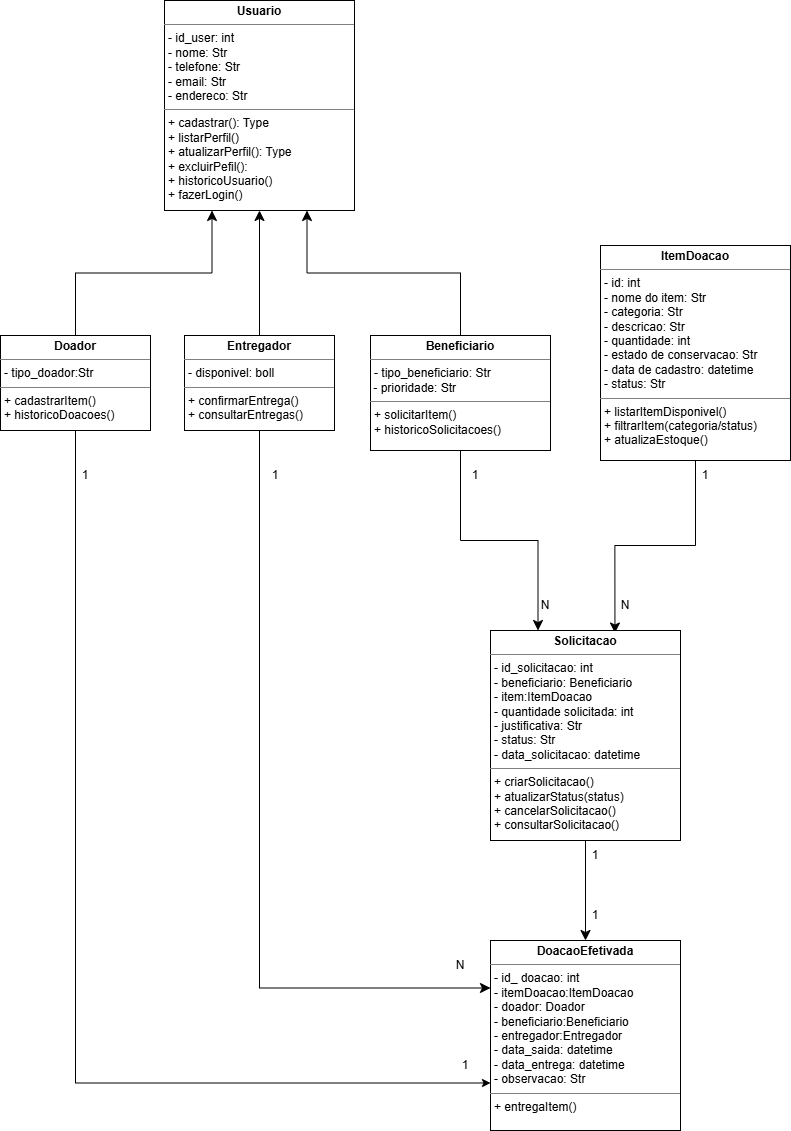
Above: docs/Diagrama de classes_java.drawio.png in ViniciusAlmeidaAndrade/Rede-de-Doacao-e-Reaproveitamento (draw.io), before the change. Source tidied: cells renumbered, new cells last; positions are measured from the earlier drawing's top-left corner, leaving out a move shared by most shapes. Source of this version:
```xml
<mxGraphModel>
  <root>
    <mxCell id="0" />
    <mxCell id="1" parent="0" />
    <mxCell id="2" value="&lt;p style=&quot;margin:0px;margin-top:4px;text-align:center;&quot;&gt;&lt;b&gt;Usuario&lt;/b&gt;&lt;/p&gt;&lt;hr size=&quot;1&quot; style=&quot;border-style:solid;&quot;&gt;&lt;p style=&quot;margin:0px;margin-left:4px;&quot;&gt;- id_user: int&lt;br&gt;- nome: Str&lt;/p&gt;&lt;p style=&quot;margin:0px;margin-left:4px;&quot;&gt;- telefone: Str&lt;/p&gt;&lt;p style=&quot;margin:0px;margin-left:4px;&quot;&gt;- email: Str&lt;/p&gt;&lt;p style=&quot;margin:0px;margin-left:4px;&quot;&gt;- endereco: Str&lt;/p&gt;&lt;hr size=&quot;1&quot; style=&quot;border-style:solid;&quot;&gt;&lt;p style=&quot;margin:0px;margin-left:4px;&quot;&gt;+ cadastrar(): Type&lt;/p&gt;&lt;p style=&quot;margin:0px;margin-left:4px;&quot;&gt;+ listarPerfil()&lt;br&gt;+ atualizarPerfil(): Type&lt;/p&gt;&lt;p style=&quot;margin:0px;margin-left:4px;&quot;&gt;+ excluirPefil():&lt;/p&gt;&lt;p style=&quot;margin:0px;margin-left:4px;&quot;&gt;+ historicoUsuario()&lt;/p&gt;&lt;p style=&quot;margin:0px;margin-left:4px;&quot;&gt;+ fazerLogin()&lt;br&gt;&lt;/p&gt;" style="verticalAlign=top;align=left;overflow=fill;html=1;whiteSpace=wrap;" parent="1" vertex="1">
      <mxGeometry x="164" width="190" height="210" as="geometry" />
    </mxCell>
    <mxCell id="3" style="edgeStyle=orthogonalEdgeStyle;rounded=0;jettySize=auto;html=1;fontSize=12;startSize=8;endSize=8;exitX=0.5;exitY=1;exitDx=0;exitDy=0;entryX=0.655;entryY=0.012;entryDx=0;entryDy=0;entryPerimeter=0;" parent="1" edge="1" source="4" target="11">
      <mxGeometry relative="1" as="geometry" />
    </mxCell>
    <mxCell id="4" value="&lt;p style=&quot;margin:0px;margin-top:4px;text-align:center;&quot;&gt;&lt;b&gt;ItemDoacao&lt;/b&gt;&lt;/p&gt;&lt;hr size=&quot;1&quot; style=&quot;border-style:solid;&quot;&gt;&lt;p style=&quot;margin:0px;margin-left:4px;&quot;&gt;- id: int&lt;br&gt;- nome do item: Str&lt;/p&gt;&lt;p style=&quot;margin:0px;margin-left:4px;&quot;&gt;- categoria: Str&lt;/p&gt;&lt;p style=&quot;margin:0px;margin-left:4px;&quot;&gt;- descricao: Str&lt;/p&gt;&lt;p style=&quot;margin:0px;margin-left:4px;&quot;&gt;- quantidade: int&lt;br&gt;- estado de conservacao: Str&lt;/p&gt;&lt;p style=&quot;margin:0px;margin-left:4px;&quot;&gt;- data de cadastro: datetime&lt;/p&gt;&lt;p style=&quot;margin:0px;margin-left:4px;&quot;&gt;- status: Str&lt;/p&gt;&lt;hr size=&quot;1&quot; style=&quot;border-style:solid;&quot;&gt;&lt;p style=&quot;margin:0px;margin-left:4px;&quot;&gt;+ listarItemDisponivel()&lt;br&gt;+ filtrarItem(categoria/status)&lt;br&gt;+ atualizaEstoque()&lt;/p&gt;" style="verticalAlign=top;align=left;overflow=fill;html=1;whiteSpace=wrap;" parent="1" vertex="1">
      <mxGeometry x="600" y="245" width="190" height="215" as="geometry" />
    </mxCell>
    <mxCell id="5" style="edgeStyle=orthogonalEdgeStyle;rounded=0;jettySize=auto;html=1;fontSize=12;startSize=8;endSize=8;entryX=0.25;entryY=1;entryDx=0;entryDy=0;exitX=0.5;exitY=0;exitDx=0;exitDy=0;" parent="1" edge="1" source="7" target="2">
      <mxGeometry relative="1" as="geometry" />
    </mxCell>
    <mxCell id="6" style="edgeStyle=orthogonalEdgeStyle;rounded=0;jettySize=auto;html=1;exitX=0.5;exitY=1;exitDx=0;exitDy=0;entryX=0;entryY=0.75;entryDx=0;entryDy=0;" parent="1" edge="1" source="7" target="13">
      <mxGeometry relative="1" as="geometry" />
    </mxCell>
    <mxCell id="7" value="&lt;p style=&quot;margin:0px;margin-top:4px;text-align:center;&quot;&gt;&lt;b&gt;Doador&lt;/b&gt;&lt;/p&gt;&lt;hr size=&quot;1&quot; style=&quot;border-style:solid;&quot;&gt;&lt;p style=&quot;margin:0px;margin-left:4px;&quot;&gt;&lt;span style=&quot;background-color: transparent; color: light-dark(rgb(0, 0, 0), rgb(255, 255, 255));&quot;&gt;- tipo_doador:Str&lt;/span&gt;&lt;/p&gt;&lt;hr size=&quot;1&quot; style=&quot;border-style:solid;&quot;&gt;&lt;p style=&quot;margin:0px;margin-left:4px;&quot;&gt;+ cadastrarItem()&lt;/p&gt;&lt;p style=&quot;margin:0px;margin-left:4px;&quot;&gt;+ historicoDoacoes()&lt;/p&gt;" style="verticalAlign=top;align=left;overflow=fill;html=1;whiteSpace=wrap;rotation=0;" parent="1" vertex="1">
      <mxGeometry y="335" width="150" height="95" as="geometry" />
    </mxCell>
    <mxCell id="8" style="edgeStyle=orthogonalEdgeStyle;rounded=0;jettySize=auto;html=1;fontSize=12;startSize=8;endSize=8;entryX=0.75;entryY=1;entryDx=0;entryDy=0;exitX=0.5;exitY=0;exitDx=0;exitDy=0;" parent="1" edge="1" source="10" target="2">
      <mxGeometry relative="1" as="geometry" />
    </mxCell>
    <mxCell id="9" style="edgeStyle=orthogonalEdgeStyle;rounded=0;jettySize=auto;html=1;fontSize=12;startSize=8;endSize=8;exitX=0.5;exitY=1;exitDx=0;exitDy=0;entryX=0.25;entryY=0;entryDx=0;entryDy=0;" parent="1" edge="1" source="10" target="11">
      <mxGeometry relative="1" as="geometry" />
    </mxCell>
    <mxCell id="10" value="&lt;p style=&quot;margin:0px;margin-top:4px;text-align:center;&quot;&gt;&lt;b&gt;Beneficiario&lt;/b&gt;&lt;/p&gt;&lt;hr size=&quot;1&quot; style=&quot;border-style:solid;&quot;&gt;&lt;p style=&quot;margin:0px;margin-left:4px;&quot;&gt;&lt;span style=&quot;background-color: transparent; color: light-dark(rgb(0, 0, 0), rgb(255, 255, 255));&quot;&gt;- tipo_beneficiario: Str&lt;/span&gt;&lt;/p&gt;&amp;nbsp;- prioridade: Str&lt;br&gt;&lt;hr size=&quot;1&quot; style=&quot;border-style:solid;&quot;&gt;&lt;p style=&quot;margin:0px;margin-left:4px;&quot;&gt;+ solicitarItem()&lt;br&gt;+ historicoSolicitacoes()&lt;/p&gt;" style="verticalAlign=top;align=left;overflow=fill;html=1;whiteSpace=wrap;" parent="1" vertex="1">
      <mxGeometry x="370" y="335" width="180" height="115" as="geometry" />
    </mxCell>
    <mxCell id="11" value="&lt;p style=&quot;margin:0px;margin-top:4px;text-align:center;&quot;&gt;&lt;b&gt;Solicitacao&lt;/b&gt;&lt;/p&gt;&lt;hr size=&quot;1&quot; style=&quot;border-style:solid;&quot;&gt;&lt;p style=&quot;margin:0px;margin-left:4px;&quot;&gt;- id_solicitacao: int&lt;/p&gt;&lt;p style=&quot;margin:0px;margin-left:4px;&quot;&gt;- beneficiario: Beneficiario&lt;/p&gt;&lt;p style=&quot;margin:0px;margin-left:4px;&quot;&gt;- item:ItemDoacao&lt;/p&gt;&lt;p style=&quot;margin:0px;margin-left:4px;&quot;&gt;- quantidade solicitada: int&amp;nbsp;&lt;/p&gt;&lt;p style=&quot;margin:0px;margin-left:4px;&quot;&gt;- justificativa: Str&amp;nbsp;&lt;/p&gt;&lt;p style=&quot;margin:0px;margin-left:4px;&quot;&gt;- status: Str&amp;nbsp;&lt;/p&gt;&lt;p style=&quot;margin:0px;margin-left:4px;&quot;&gt;- data_solicitacao: datetime&lt;/p&gt;&lt;hr size=&quot;1&quot; style=&quot;border-style:solid;&quot;&gt;&lt;p style=&quot;margin:0px;margin-left:4px;&quot;&gt;+&amp;nbsp;criarSolicitacao()&lt;br&gt;+&amp;nbsp;atualizarStatus(status)&lt;br&gt;+ cancelarSolicitacao()&lt;/p&gt;&lt;p style=&quot;margin:0px;margin-left:4px;&quot;&gt;+&amp;nbsp;consultarSolicitacao()&lt;/p&gt;" style="verticalAlign=top;align=left;overflow=fill;html=1;whiteSpace=wrap;" parent="1" vertex="1">
      <mxGeometry x="490" y="630" width="190" height="210" as="geometry" />
    </mxCell>
    <mxCell id="12" style="edgeStyle=none;curved=1;rounded=0;jettySize=auto;html=1;fontSize=12;startSize=8;endSize=8;entryX=0.5;entryY=0;entryDx=0;entryDy=0;exitX=0.5;exitY=1;exitDx=0;exitDy=0;" parent="1" edge="1" source="11" target="13">
      <mxGeometry relative="1" as="geometry" />
    </mxCell>
    <mxCell id="13" value="&lt;p style=&quot;margin:0px;margin-top:4px;text-align:center;&quot;&gt;&lt;b&gt;DoacaoEfetivada&lt;/b&gt;&lt;/p&gt;&lt;hr size=&quot;1&quot; style=&quot;border-style:solid;&quot;&gt;&lt;p style=&quot;margin:0px;margin-left:4px;&quot;&gt;- id_ doacao: int&lt;/p&gt;&lt;p style=&quot;margin:0px;margin-left:4px;&quot;&gt;- itemDoacao:ItemDoacao&lt;/p&gt;&lt;p style=&quot;margin:0px;margin-left:4px;&quot;&gt;- doador: Doador&lt;/p&gt;&lt;p style=&quot;margin:0px;margin-left:4px;&quot;&gt;&lt;span style=&quot;background-color: transparent; color: light-dark(rgb(0, 0, 0), rgb(255, 255, 255));&quot;&gt;- beneficiario:Beneficiario&lt;/span&gt;&lt;/p&gt;&lt;p style=&quot;margin:0px;margin-left:4px;&quot;&gt;&lt;span style=&quot;background-color: transparent; color: light-dark(rgb(0, 0, 0), rgb(255, 255, 255));&quot;&gt;- entregador:Entregador&lt;/span&gt;&lt;/p&gt;&lt;p style=&quot;margin: 0px 0px 0px 4px;&quot;&gt;- data_saida: datetime&lt;/p&gt;&lt;p style=&quot;margin: 0px 0px 0px 4px;&quot;&gt;- data_entrega: datetime&lt;/p&gt;&lt;p style=&quot;margin: 0px 0px 0px 4px;&quot;&gt;- observacao: Str&lt;/p&gt;&lt;hr size=&quot;1&quot; style=&quot;border-style:solid;&quot;&gt;&lt;p style=&quot;margin:0px;margin-left:4px;&quot;&gt;+ entregaItem()&lt;br&gt;&lt;/p&gt;" style="verticalAlign=top;align=left;overflow=fill;html=1;whiteSpace=wrap;" parent="1" vertex="1">
      <mxGeometry x="490" y="940" width="190" height="190" as="geometry" />
    </mxCell>
    <mxCell id="14" value="N" style="text;html=1;whiteSpace=wrap;strokeColor=none;fillColor=none;align=center;verticalAlign=middle;rounded=0;" parent="1" vertex="1">
      <mxGeometry x="620" y="590" width="10" height="30" as="geometry" />
    </mxCell>
    <mxCell id="15" value="N" style="text;html=1;whiteSpace=wrap;strokeColor=none;fillColor=none;align=center;verticalAlign=middle;rounded=0;" parent="1" vertex="1">
      <mxGeometry x="540" y="590" width="10" height="30" as="geometry" />
    </mxCell>
    <mxCell id="16" value="1" style="text;html=1;whiteSpace=wrap;strokeColor=none;fillColor=none;align=center;verticalAlign=middle;rounded=0;" parent="1" vertex="1">
      <mxGeometry x="590" y="900" width="10" height="30" as="geometry" />
    </mxCell>
    <mxCell id="17" value="1" style="text;html=1;whiteSpace=wrap;strokeColor=none;fillColor=none;align=center;verticalAlign=middle;rounded=0;" parent="1" vertex="1">
      <mxGeometry x="470" y="460" width="10" height="30" as="geometry" />
    </mxCell>
    <mxCell id="18" value="1" style="text;html=1;whiteSpace=wrap;strokeColor=none;fillColor=none;align=center;verticalAlign=middle;rounded=0;" parent="1" vertex="1">
      <mxGeometry x="700" y="460" width="10" height="30" as="geometry" />
    </mxCell>
    <mxCell id="19" value="1" style="text;html=1;whiteSpace=wrap;strokeColor=none;fillColor=none;align=center;verticalAlign=middle;rounded=0;" parent="1" vertex="1">
      <mxGeometry x="590" y="840" width="10" height="30" as="geometry" />
    </mxCell>
    <mxCell id="20" value="1" style="text;html=1;whiteSpace=wrap;strokeColor=none;fillColor=none;align=center;verticalAlign=middle;rounded=0;" parent="1" vertex="1">
      <mxGeometry x="80" y="460" width="10" height="30" as="geometry" />
    </mxCell>
    <mxCell id="21" value="1" style="text;html=1;whiteSpace=wrap;strokeColor=none;fillColor=none;align=center;verticalAlign=middle;rounded=0;" parent="1" vertex="1">
      <mxGeometry x="460" y="1050" width="10" height="30" as="geometry" />
    </mxCell>
    <mxCell id="22" style="edgeStyle=none;curved=1;rounded=0;jettySize=auto;html=1;exitX=0.5;exitY=0;exitDx=0;exitDy=0;entryX=0.5;entryY=1;entryDx=0;entryDy=0;fontSize=12;startSize=8;endSize=8;" parent="1" edge="1" source="24" target="2">
      <mxGeometry relative="1" as="geometry" />
    </mxCell>
    <mxCell id="23" style="edgeStyle=orthogonalEdgeStyle;rounded=0;jettySize=auto;html=1;exitX=0.5;exitY=1;exitDx=0;exitDy=0;entryX=0;entryY=0.25;entryDx=0;entryDy=0;fontSize=12;startSize=8;endSize=8;" parent="1" edge="1" source="24" target="13">
      <mxGeometry relative="1" as="geometry" />
    </mxCell>
    <mxCell id="24" value="&lt;p style=&quot;margin:0px;margin-top:4px;text-align:center;&quot;&gt;&lt;b&gt;Entregador&lt;/b&gt;&lt;/p&gt;&lt;hr size=&quot;1&quot; style=&quot;border-style:solid;&quot;&gt;&lt;p style=&quot;margin:0px;margin-left:4px;&quot;&gt;&lt;span style=&quot;background-color: transparent; color: light-dark(rgb(0, 0, 0), rgb(255, 255, 255));&quot;&gt;- disponivel: boll&lt;/span&gt;&lt;/p&gt;&lt;hr size=&quot;1&quot; style=&quot;border-style:solid;&quot;&gt;&lt;p style=&quot;margin:0px;margin-left:4px;&quot;&gt;+ confirmarEntrega()&amp;nbsp;&lt;/p&gt;&lt;p style=&quot;margin:0px;margin-left:4px;&quot;&gt;+ consultarEntregas()&lt;/p&gt;" style="verticalAlign=top;align=left;overflow=fill;html=1;whiteSpace=wrap;rotation=0;" parent="1" vertex="1">
      <mxGeometry x="184" y="335" width="150" height="95" as="geometry" />
    </mxCell>
    <mxCell id="25" value="N" style="text;html=1;whiteSpace=wrap;strokeColor=none;fillColor=none;align=center;verticalAlign=middle;rounded=0;" parent="1" vertex="1">
      <mxGeometry x="455" y="950" width="10" height="30" as="geometry" />
    </mxCell>
    <mxCell id="26" value="1" style="text;html=1;whiteSpace=wrap;strokeColor=none;fillColor=none;align=center;verticalAlign=middle;rounded=0;" parent="1" vertex="1">
      <mxGeometry x="270" y="460" width="10" height="30" as="geometry" />
    </mxCell>
  </root>
</mxGraphModel>
```
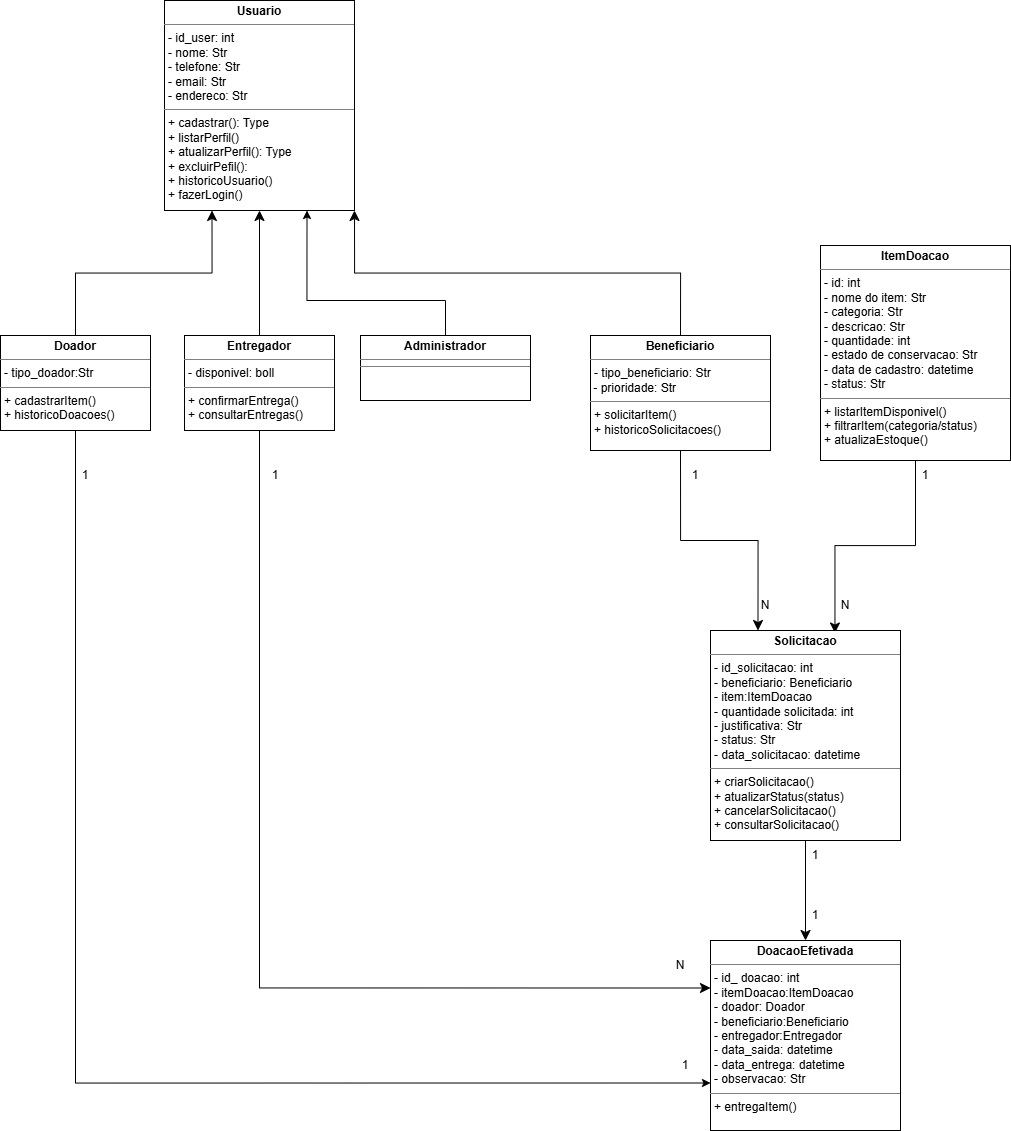
The same file after the commit.

Commit message:
docs: atualizar diagramas e modelagens

The edit, as a diff of the source:
```diff
@@ -3,7 +3,7 @@
     <mxCell id="0" />
     <mxCell id="1" parent="0" />
     <mxCell id="2" value="&lt;p style=&quot;margin:0px;margin-top:4px;text-align:center;&quot;&gt;&lt;b&gt;Usuario&lt;/b&gt;&lt;/p&gt;&lt;hr size=&quot;1&quot; style=&quot;border-style:solid;&quot;&gt;&lt;p style=&quot;margin:0px;margin-left:4px;&quot;&gt;- id_user: int&lt;br&gt;- nome: Str&lt;/p&gt;&lt;p style=&quot;margin:0px;margin-left:4px;&quot;&gt;- telefone: Str&lt;/p&gt;&lt;p style=&quot;margin:0px;margin-left:4px;&quot;&gt;- email: Str&lt;/p&gt;&lt;p style=&quot;margin:0px;margin-left:4px;&quot;&gt;- endereco: Str&lt;/p&gt;&lt;hr size=&quot;1&quot; style=&quot;border-style:solid;&quot;&gt;&lt;p style=&quot;margin:0px;margin-left:4px;&quot;&gt;+ cadastrar(): Type&lt;/p&gt;&lt;p style=&quot;margin:0px;margin-left:4px;&quot;&gt;+ listarPerfil()&lt;br&gt;+ atualizarPerfil(): Type&lt;/p&gt;&lt;p style=&quot;margin:0px;margin-left:4px;&quot;&gt;+ excluirPefil():&lt;/p&gt;&lt;p style=&quot;margin:0px;margin-left:4px;&quot;&gt;+ historicoUsuario()&lt;/p&gt;&lt;p style=&quot;margin:0px;margin-left:4px;&quot;&gt;+ fazerLogin()&lt;br&gt;&lt;/p&gt;" style="verticalAlign=top;align=left;overflow=fill;html=1;whiteSpace=wrap;" parent="1" vertex="1">
-      <mxGeometry x="164" width="190" height="210" as="geometry" />
+      <mxGeometry x="-56" width="190" height="210" as="geometry" />
     </mxCell>
     <mxCell id="3" style="edgeStyle=orthogonalEdgeStyle;rounded=0;jettySize=auto;html=1;fontSize=12;startSize=8;endSize=8;exitX=0.5;exitY=1;exitDx=0;exitDy=0;entryX=0.655;entryY=0.012;entryDx=0;entryDy=0;entryPerimeter=0;" parent="1" edge="1" source="4" target="11">
       <mxGeometry relative="1" as="geometry" />
@@ -18,9 +18,9 @@
       <mxGeometry relative="1" as="geometry" />
     </mxCell>
     <mxCell id="7" value="&lt;p style=&quot;margin:0px;margin-top:4px;text-align:center;&quot;&gt;&lt;b&gt;Doador&lt;/b&gt;&lt;/p&gt;&lt;hr size=&quot;1&quot; style=&quot;border-style:solid;&quot;&gt;&lt;p style=&quot;margin:0px;margin-left:4px;&quot;&gt;&lt;span style=&quot;background-color: transparent; color: light-dark(rgb(0, 0, 0), rgb(255, 255, 255));&quot;&gt;- tipo_doador:Str&lt;/span&gt;&lt;/p&gt;&lt;hr size=&quot;1&quot; style=&quot;border-style:solid;&quot;&gt;&lt;p style=&quot;margin:0px;margin-left:4px;&quot;&gt;+ cadastrarItem()&lt;/p&gt;&lt;p style=&quot;margin:0px;margin-left:4px;&quot;&gt;+ historicoDoacoes()&lt;/p&gt;" style="verticalAlign=top;align=left;overflow=fill;html=1;whiteSpace=wrap;rotation=0;" parent="1" vertex="1">
-      <mxGeometry y="335" width="150" height="95" as="geometry" />
+      <mxGeometry x="-220" y="335" width="150" height="95" as="geometry" />
     </mxCell>
-    <mxCell id="8" style="edgeStyle=orthogonalEdgeStyle;rounded=0;jettySize=auto;html=1;fontSize=12;startSize=8;endSize=8;entryX=0.75;entryY=1;entryDx=0;entryDy=0;exitX=0.5;exitY=0;exitDx=0;exitDy=0;" parent="1" edge="1" source="10" target="2">
+    <mxCell id="8" style="edgeStyle=orthogonalEdgeStyle;rounded=0;jettySize=auto;html=1;fontSize=12;startSize=8;endSize=8;entryX=1;entryY=1;entryDx=0;entryDy=0;exitX=0.5;exitY=0;exitDx=0;exitDy=0;" parent="1" edge="1" source="10" target="2">
       <mxGeometry relative="1" as="geometry" />
     </mxCell>
     <mxCell id="9" style="edgeStyle=orthogonalEdgeStyle;rounded=0;jettySize=auto;html=1;fontSize=12;startSize=8;endSize=8;exitX=0.5;exitY=1;exitDx=0;exitDy=0;entryX=0.25;entryY=0;entryDx=0;entryDy=0;" parent="1" edge="1" source="10" target="11">
@@ -57,7 +57,7 @@
       <mxGeometry x="590" y="840" width="10" height="30" as="geometry" />
     </mxCell>
     <mxCell id="20" value="1" style="text;html=1;whiteSpace=wrap;strokeColor=none;fillColor=none;align=center;verticalAlign=middle;rounded=0;" parent="1" vertex="1">
-      <mxGeometry x="80" y="460" width="10" height="30" as="geometry" />
+      <mxGeometry x="-140" y="460" width="10" height="30" as="geometry" />
     </mxCell>
     <mxCell id="21" value="1" style="text;html=1;whiteSpace=wrap;strokeColor=none;fillColor=none;align=center;verticalAlign=middle;rounded=0;" parent="1" vertex="1">
       <mxGeometry x="460" y="1050" width="10" height="30" as="geometry" />
@@ -69,13 +69,24 @@
       <mxGeometry relative="1" as="geometry" />
     </mxCell>
     <mxCell id="24" value="&lt;p style=&quot;margin:0px;margin-top:4px;text-align:center;&quot;&gt;&lt;b&gt;Entregador&lt;/b&gt;&lt;/p&gt;&lt;hr size=&quot;1&quot; style=&quot;border-style:solid;&quot;&gt;&lt;p style=&quot;margin:0px;margin-left:4px;&quot;&gt;&lt;span style=&quot;background-color: transparent; color: light-dark(rgb(0, 0, 0), rgb(255, 255, 255));&quot;&gt;- disponivel: boll&lt;/span&gt;&lt;/p&gt;&lt;hr size=&quot;1&quot; style=&quot;border-style:solid;&quot;&gt;&lt;p style=&quot;margin:0px;margin-left:4px;&quot;&gt;+ confirmarEntrega()&amp;nbsp;&lt;/p&gt;&lt;p style=&quot;margin:0px;margin-left:4px;&quot;&gt;+ consultarEntregas()&lt;/p&gt;" style="verticalAlign=top;align=left;overflow=fill;html=1;whiteSpace=wrap;rotation=0;" parent="1" vertex="1">
-      <mxGeometry x="184" y="335" width="150" height="95" as="geometry" />
+      <mxGeometry x="-36" y="335" width="150" height="95" as="geometry" />
     </mxCell>
     <mxCell id="25" value="N" style="text;html=1;whiteSpace=wrap;strokeColor=none;fillColor=none;align=center;verticalAlign=middle;rounded=0;" parent="1" vertex="1">
       <mxGeometry x="455" y="950" width="10" height="30" as="geometry" />
     </mxCell>
     <mxCell id="26" value="1" style="text;html=1;whiteSpace=wrap;strokeColor=none;fillColor=none;align=center;verticalAlign=middle;rounded=0;" parent="1" vertex="1">
-      <mxGeometry x="270" y="460" width="10" height="30" as="geometry" />
+      <mxGeometry x="50" y="460" width="10" height="30" as="geometry" />
     </mxCell>
+    <mxCell id="27" style="edgeStyle=orthogonalEdgeStyle;rounded=0;jettySize=auto;html=1;exitX=0.5;exitY=0;exitDx=0;exitDy=0;entryX=0.75;entryY=1;entryDx=0;entryDy=0;" parent="1" edge="1" source="28" target="2">
+      <mxGeometry relative="1" as="geometry">
+        <Array as="points">
+          <mxPoint x="225" y="300" />
+          <mxPoint x="86" y="300" />
+        </Array>
+      </mxGeometry>
+    </mxCell>
+    <mxCell id="28" value="&lt;p style=&quot;margin:0px;margin-top:4px;text-align:center;&quot;&gt;&lt;b&gt;Administrador&lt;/b&gt;&lt;/p&gt;&lt;hr size=&quot;1&quot; style=&quot;border-style:solid;&quot;&gt;&lt;hr size=&quot;1&quot; style=&quot;border-style:solid;&quot;&gt;&lt;p style=&quot;margin:0px;margin-left:4px;&quot;&gt;&lt;br&gt;&lt;/p&gt;" style="verticalAlign=top;align=left;overflow=fill;html=1;whiteSpace=wrap;" parent="1" vertex="1">
+      <mxGeometry x="140" y="335" width="170" height="65" as="geometry" />
+    </mxCell>
   </root>
 </mxGraphModel>
```
